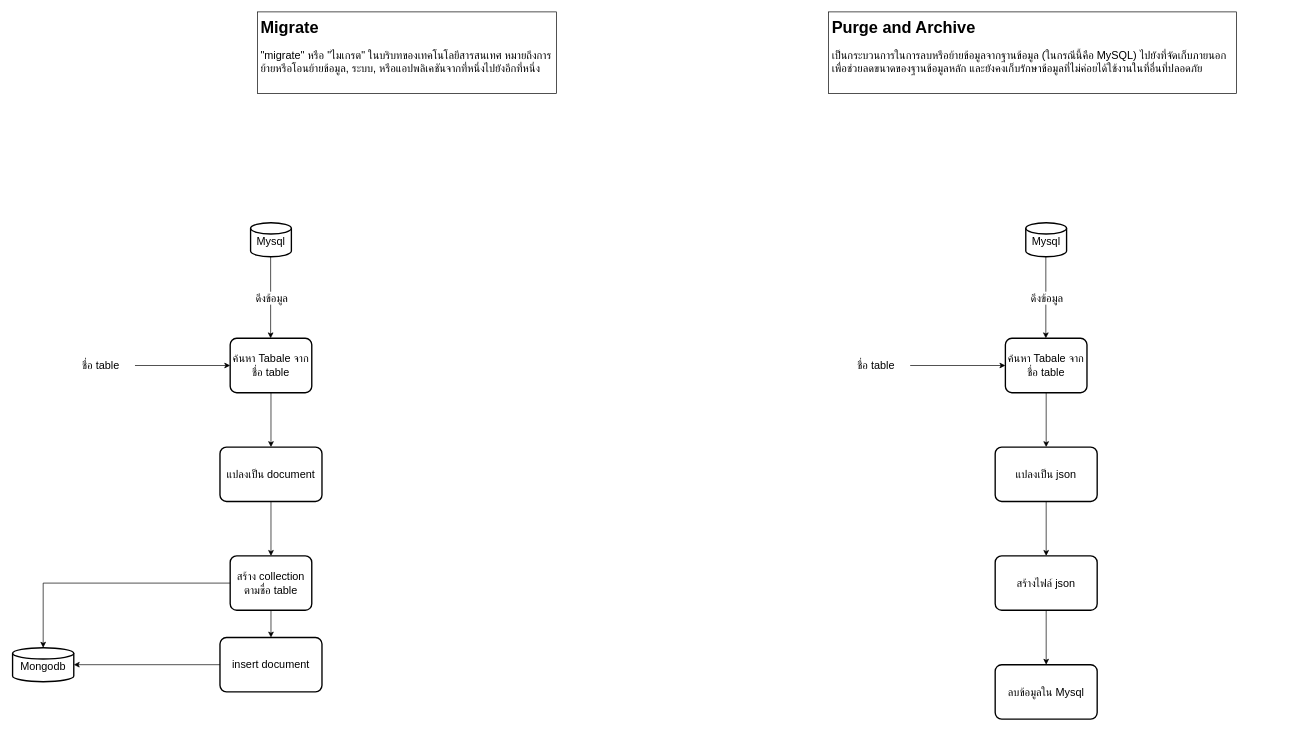
JP101TEST/Migrate_My_To_Mon keeps this draw.io diagram as page "concept" (1 of 3) of flowChart.drawio. Above is the earlier version. Source tidied: cells renumbered, new cells numbered last; positions are measured from the earlier drawing's top-left corner, leaving out a move shared by most shapes. Both pictures are drawn from the tidied source at 68%, with x=0, y=0 at pixel (12, 12).
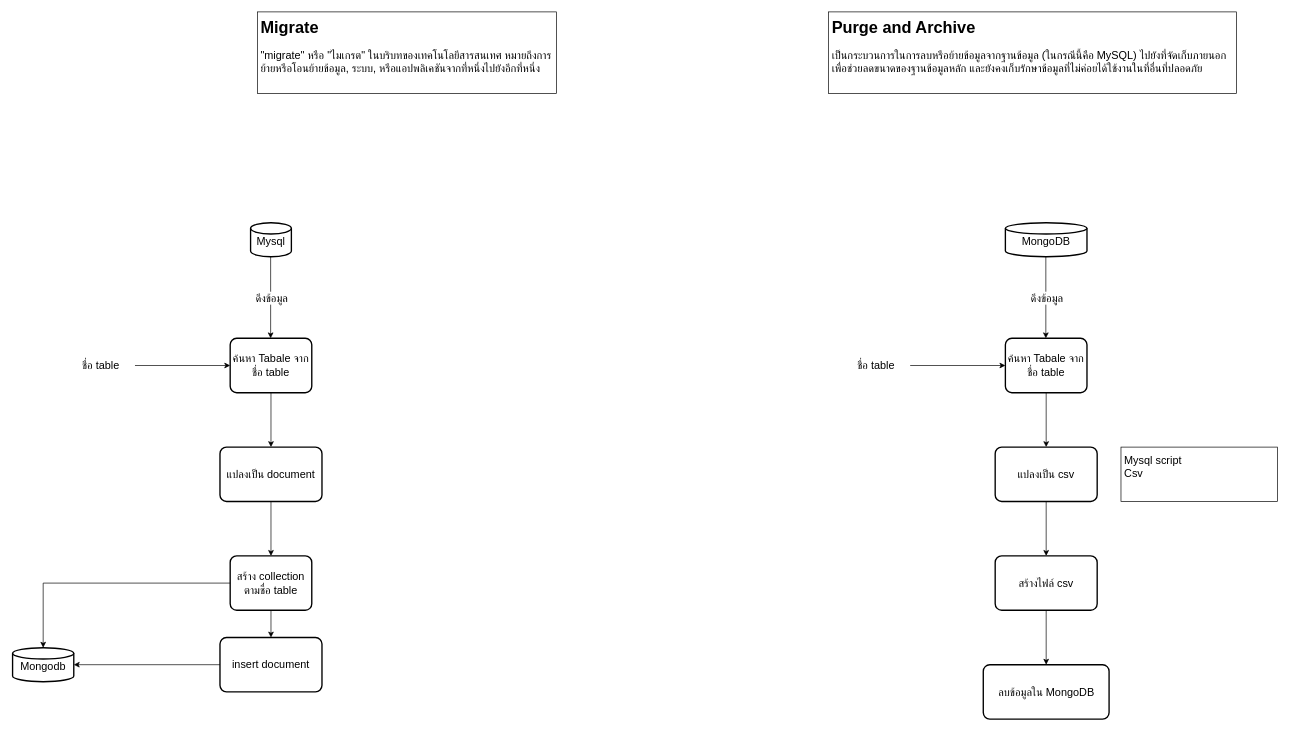
Above is the later version.

Change to the diagram source:
```diff
@@
-    <mxCell id="24" value="&lt;font style=&quot;font-size: 16px;&quot;&gt;Mysql&lt;/font&gt;" style="strokeWidth=2;html=1;shape=mxgraph.flowchart.database;whiteSpace=wrap;spacingTop=5;" parent="1" vertex="1">
-      <mxGeometry x="1490" y="310" width="60" height="50" as="geometry" />
+    <mxCell id="24" value="&lt;font style=&quot;font-size: 16px;&quot;&gt;MongoDB&lt;/font&gt;" style="strokeWidth=2;html=1;shape=mxgraph.flowchart.database;whiteSpace=wrap;spacingTop=5;" parent="1" vertex="1">
+      <mxGeometry x="1460" y="310" width="120" height="50" as="geometry" />
     </mxCell>
@@
-    <mxCell id="27" value="&lt;font style=&quot;font-size: 16px;&quot;&gt;แปลงเป็น json&lt;/font&gt;" style="whiteSpace=wrap;html=1;strokeWidth=2;rounded=1;arcSize=12;" parent="1" vertex="1">
+    <mxCell id="27" value="&lt;font style=&quot;font-size: 16px;&quot;&gt;แปลงเป็น csv&lt;/font&gt;" style="whiteSpace=wrap;html=1;strokeWidth=2;rounded=1;arcSize=12;" parent="1" vertex="1">
       <mxGeometry x="1445" y="640" width="150" height="80" as="geometry" />
     </mxCell>
@@
-    <mxCell id="29" value="&lt;span style=&quot;font-size: 16px;&quot;&gt;สร้างไฟล์ json&lt;/span&gt;" style="whiteSpace=wrap;html=1;strokeWidth=2;rounded=1;arcSize=12;" parent="1" vertex="1">
+    <mxCell id="29" value="&lt;span style=&quot;font-size: 16px;&quot;&gt;สร้างไฟล์ csv&lt;/span&gt;" style="whiteSpace=wrap;html=1;strokeWidth=2;rounded=1;arcSize=12;" parent="1" vertex="1">
       <mxGeometry x="1445" y="800" width="150" height="80" as="geometry" />
     </mxCell>
-    <mxCell id="30" value="&lt;span style=&quot;font-size: 16px;&quot;&gt;ลบข้อมูลใน Mysql&lt;/span&gt;" style="whiteSpace=wrap;html=1;strokeWidth=2;rounded=1;arcSize=12;" parent="1" vertex="1">
-      <mxGeometry x="1445" y="960" width="150" height="80" as="geometry" />
+    <mxCell id="30" value="&lt;span style=&quot;font-size: 16px;&quot;&gt;ลบข้อมูลใน&amp;nbsp;&lt;/span&gt;&lt;span style=&quot;font-size: 16px;&quot;&gt;MongoDB&lt;/span&gt;" style="whiteSpace=wrap;html=1;strokeWidth=2;rounded=1;arcSize=12;" parent="1" vertex="1">
+      <mxGeometry x="1427.5" y="960" width="185" height="80" as="geometry" />
     </mxCell>
+    <mxCell id="31" value="&lt;font style=&quot;font-size: 16px;&quot;&gt;Mysql script&lt;/font&gt;&lt;div&gt;&lt;font style=&quot;font-size: 16px;&quot;&gt;Csv&lt;/font&gt;&lt;/div&gt;" style="text;html=1;align=left;verticalAlign=top;whiteSpace=wrap;rounded=0;strokeColor=default;spacing=5;" parent="1" vertex="1">
+      <mxGeometry x="1630" y="640" width="230" height="80" as="geometry" />
+    </mxCell>
```
